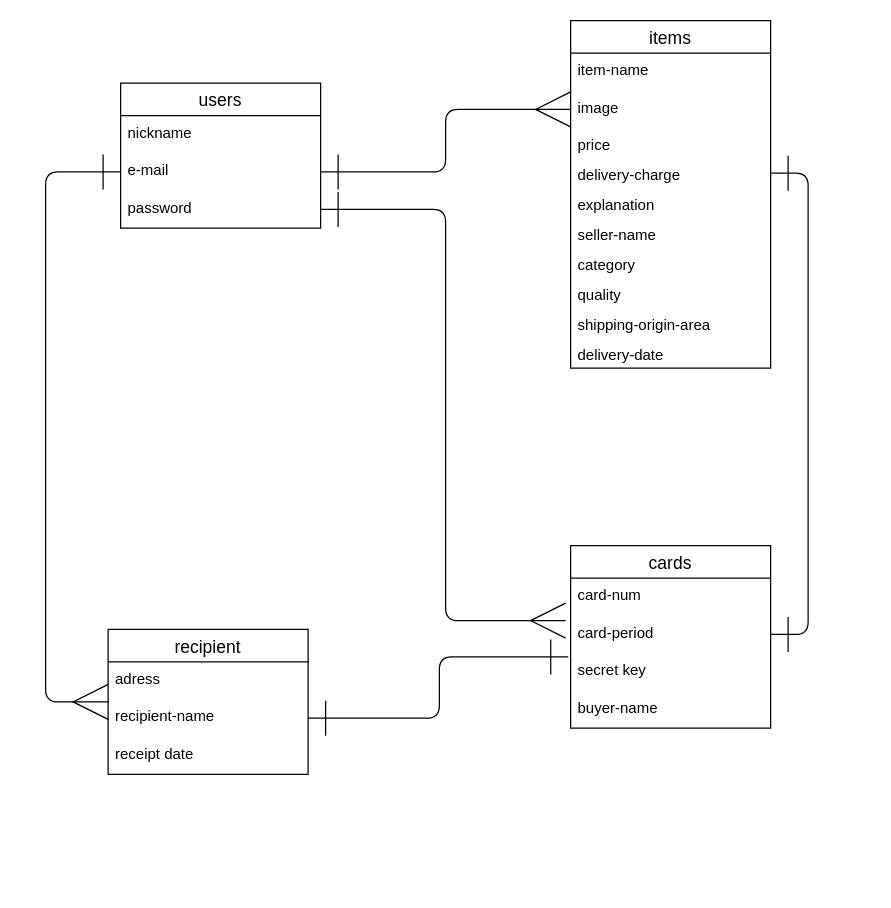
Earlier version of the draw.io diagram furima-39513.dio (yoppy44/furima-39513). Source tidied: cells renumbered, new cells numbered last; positions are measured from the earlier drawing's top-left corner, leaving out a move shared by most shapes. Both pictures are drawn from the tidied source at 125%, with x=0, y=0 at pixel (45, 20).
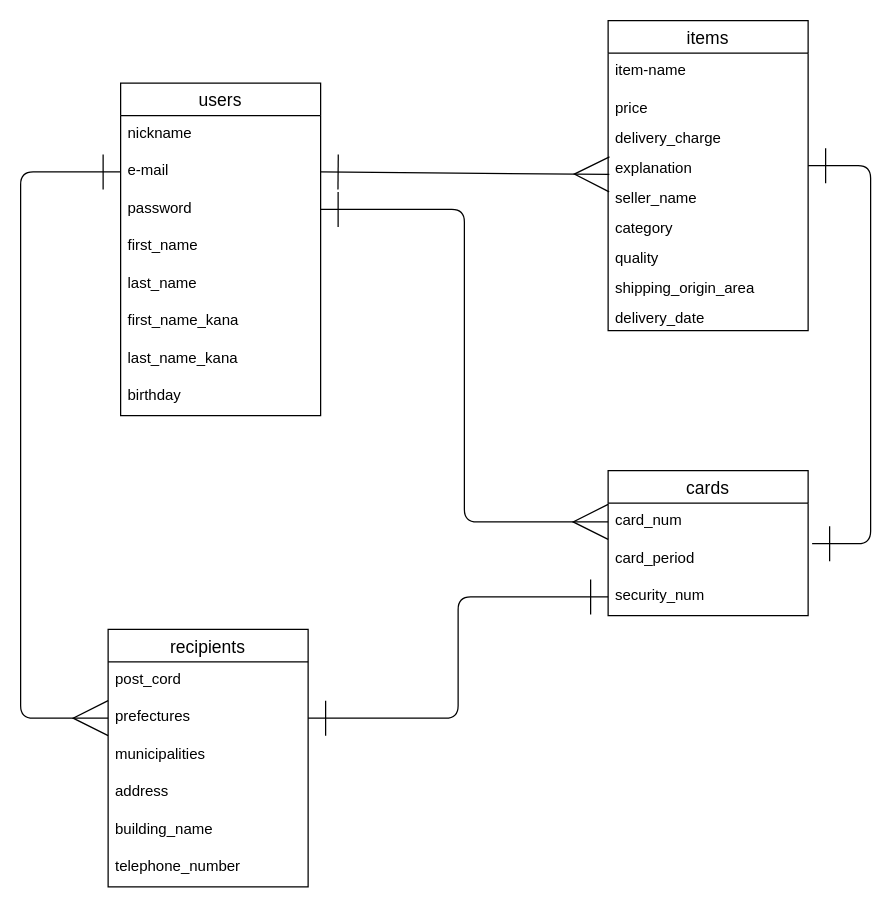
The same page after the edit.

Commit message (it also covers changes not shown here):
README記述の修正

The change refers to these unchanged cells:
```xml
<mxCell id="4" value="e-mail" style="text;strokeColor=none;fillColor=none;spacingLeft=4;spacingRight=4;overflow=hidden;points=[[0,0.5],[1,0.5]];portConstraint=eastwest;fontSize=12;" parent="2" vertex="1">
  <mxGeometry y="56" width="160" height="30" as="geometry" />
</mxCell>
<mxCell id="5" value="password" style="text;strokeColor=none;fillColor=none;spacingLeft=4;spacingRight=4;overflow=hidden;points=[[0,0.5],[1,0.5]];portConstraint=eastwest;fontSize=12;" parent="2" vertex="1">
  <mxGeometry y="86" width="160" height="30" as="geometry" />
</mxCell>
```

The edit, as a diff of the source:
```diff
@@
     <mxCell id="2" value="users" style="swimlane;fontStyle=0;horizontal=1;startSize=26;align=center;fontSize=14;" parent="1" vertex="1">
-      <mxGeometry x="60" y="50" width="160" height="116" as="geometry" />
+      <mxGeometry x="60" y="50" width="160" height="266" as="geometry" />
     </mxCell>
@@
+    <mxCell id="31" value="first_name" style="text;strokeColor=none;fillColor=none;spacingLeft=4;spacingRight=4;overflow=hidden;fontSize=12;" parent="2" vertex="1">
+      <mxGeometry y="116" width="160" height="30" as="geometry" />
+    </mxCell>
+    <mxCell id="32" value="last_name" style="text;strokeColor=none;fillColor=none;spacingLeft=4;spacingRight=4;overflow=hidden;fontSize=12;" parent="2" vertex="1">
+      <mxGeometry y="146" width="160" height="30" as="geometry" />
+    </mxCell>
+    <mxCell id="33" value="first_name_kana" style="text;strokeColor=none;fillColor=none;spacingLeft=4;spacingRight=4;overflow=hidden;fontSize=12;" parent="2" vertex="1">
+      <mxGeometry y="176" width="160" height="30" as="geometry" />
+    </mxCell>
+    <mxCell id="34" value="last_name_kana" style="text;strokeColor=none;fillColor=none;spacingLeft=4;spacingRight=4;overflow=hidden;fontSize=12;" parent="2" vertex="1">
+      <mxGeometry y="206" width="160" height="30" as="geometry" />
+    </mxCell>
+    <mxCell id="35" value="birthday" style="text;strokeColor=none;fillColor=none;spacingLeft=4;spacingRight=4;overflow=hidden;fontSize=12;" parent="2" vertex="1">
+      <mxGeometry y="236" width="160" height="30" as="geometry" />
+    </mxCell>
     <mxCell id="6" value="items" style="swimlane;fontStyle=0;horizontal=1;startSize=26;align=center;fontSize=14;" parent="1" vertex="1">
-      <mxGeometry x="420" width="160" height="278" as="geometry" />
+      <mxGeometry x="450" width="160" height="248" as="geometry" />
     </mxCell>
@@
-    <mxCell id="8" value="image" style="text;strokeColor=none;fillColor=none;spacingLeft=4;spacingRight=4;overflow=hidden;points=[[0,0.5],[1,0.5]];portConstraint=eastwest;fontSize=12;" parent="6" vertex="1">
-      <mxGeometry y="56" width="160" height="30" as="geometry" />
-    </mxCell>
     <mxCell id="9" value="price&#10;" style="text;strokeColor=none;fillColor=none;spacingLeft=4;spacingRight=4;overflow=hidden;fontSize=12;" parent="6" vertex="1">
-      <mxGeometry y="86" width="160" height="24" as="geometry" />
+      <mxGeometry y="56" width="160" height="24" as="geometry" />
     </mxCell>
-    <mxCell id="10" value="delivery-charge" style="text;strokeColor=none;fillColor=none;spacingLeft=4;spacingRight=4;overflow=hidden;points=[[0,0.5],[1,0.5]];portConstraint=eastwest;fontSize=12;" parent="6" vertex="1">
-      <mxGeometry y="110" width="160" height="24" as="geometry" />
+    <mxCell id="10" value="delivery_charge" style="text;strokeColor=none;fillColor=none;spacingLeft=4;spacingRight=4;overflow=hidden;points=[[0,0.5],[1,0.5]];portConstraint=eastwest;fontSize=12;" parent="6" vertex="1">
+      <mxGeometry y="80" width="160" height="24" as="geometry" />
     </mxCell>
     <mxCell id="11" value="explanation" style="text;strokeColor=none;fillColor=none;spacingLeft=4;spacingRight=4;overflow=hidden;points=[[0,0.5],[1,0.5]];portConstraint=eastwest;fontSize=12;" parent="6" vertex="1">
-      <mxGeometry y="134" width="160" height="24" as="geometry" />
+      <mxGeometry y="104" width="160" height="24" as="geometry" />
     </mxCell>
-    <mxCell id="12" value="seller-name" style="text;strokeColor=none;fillColor=none;spacingLeft=4;spacingRight=4;overflow=hidden;points=[[0,0.5],[1,0.5]];portConstraint=eastwest;fontSize=12;" parent="6" vertex="1">
-      <mxGeometry y="158" width="160" height="24" as="geometry" />
+    <mxCell id="12" value="seller_name" style="text;strokeColor=none;fillColor=none;spacingLeft=4;spacingRight=4;overflow=hidden;points=[[0,0.5],[1,0.5]];portConstraint=eastwest;fontSize=12;" parent="6" vertex="1">
+      <mxGeometry y="128" width="160" height="24" as="geometry" />
     </mxCell>
     <mxCell id="13" value="category" style="text;strokeColor=none;fillColor=none;spacingLeft=4;spacingRight=4;overflow=hidden;fontSize=12;" parent="6" vertex="1">
-      <mxGeometry y="182" width="160" height="24" as="geometry" />
+      <mxGeometry y="152" width="160" height="24" as="geometry" />
     </mxCell>
     <mxCell id="14" value="quality" style="text;strokeColor=none;fillColor=none;spacingLeft=4;spacingRight=4;overflow=hidden;fontSize=12;" parent="6" vertex="1">
-      <mxGeometry y="206" width="160" height="24" as="geometry" />
+      <mxGeometry y="176" width="160" height="24" as="geometry" />
     </mxCell>
-    <mxCell id="15" value="shipping-origin-area" style="text;strokeColor=none;fillColor=none;spacingLeft=4;spacingRight=4;overflow=hidden;fontSize=12;" parent="6" vertex="1">
-      <mxGeometry y="230" width="160" height="24" as="geometry" />
+    <mxCell id="15" value="shipping_origin_area" style="text;strokeColor=none;fillColor=none;spacingLeft=4;spacingRight=4;overflow=hidden;fontSize=12;" parent="6" vertex="1">
+      <mxGeometry y="200" width="160" height="24" as="geometry" />
     </mxCell>
-    <mxCell id="16" value="delivery-date" style="text;strokeColor=none;fillColor=none;spacingLeft=4;spacingRight=4;overflow=hidden;fontSize=12;" parent="6" vertex="1">
-      <mxGeometry y="254" width="160" height="24" as="geometry" />
+    <mxCell id="16" value="delivery_date" style="text;strokeColor=none;fillColor=none;spacingLeft=4;spacingRight=4;overflow=hidden;fontSize=12;" parent="6" vertex="1">
+      <mxGeometry y="224" width="160" height="24" as="geometry" />
     </mxCell>
-    <mxCell id="17" style="edgeStyle=orthogonalEdgeStyle;html=1;entryX=1;entryY=0.5;entryDx=0;entryDy=0;fontFamily=Helvetica;fontSize=14;fontColor=default;startArrow=ERmany;startFill=0;startSize=26;endArrow=ERone;endFill=0;endSize=26;exitX=0;exitY=0.5;exitDx=0;exitDy=0;" parent="1" edge="1" source="8" target="4">
-      <mxGeometry relative="1" as="geometry" />
-    </mxCell>
     <mxCell id="18" value="cards" style="swimlane;fontStyle=0;horizontal=1;startSize=26;align=center;fontSize=14;strokeColor=default;fontFamily=Helvetica;fontColor=default;fillColor=default;" parent="1" vertex="1">
-      <mxGeometry x="420" y="420" width="160" height="146" as="geometry" />
+      <mxGeometry x="450" y="360" width="160" height="116" as="geometry" />
     </mxCell>
-    <mxCell id="19" value="card-num" style="text;strokeColor=none;fillColor=none;spacingLeft=4;spacingRight=4;overflow=hidden;points=[[0,0.5],[1,0.5]];portConstraint=eastwest;fontSize=12;fontFamily=Helvetica;fontColor=default;startSize=26;" parent="18" vertex="1">
+    <mxCell id="19" value="card_num" style="text;strokeColor=none;fillColor=none;spacingLeft=4;spacingRight=4;overflow=hidden;points=[[0,0.5],[1,0.5]];portConstraint=eastwest;fontSize=12;fontFamily=Helvetica;fontColor=default;startSize=26;" parent="18" vertex="1">
       <mxGeometry y="26" width="160" height="30" as="geometry" />
     </mxCell>
-    <mxCell id="20" value="card-period" style="text;strokeColor=none;fillColor=none;spacingLeft=4;spacingRight=4;overflow=hidden;points=[[0,0.5],[1,0.5]];portConstraint=eastwest;fontSize=12;fontFamily=Helvetica;fontColor=default;startSize=26;" parent="18" vertex="1">
-      <mxGeometry y="56" width="160" height="30" as="geometry" />
-    </mxCell>
-    <mxCell id="21" value="secret key" style="text;strokeColor=none;fillColor=none;spacingLeft=4;spacingRight=4;overflow=hidden;points=[[0,0.5],[1,0.5]];portConstraint=eastwest;fontSize=12;fontFamily=Helvetica;fontColor=default;startSize=26;" parent="18" vertex="1">
-      <mxGeometry y="86" width="160" height="30" as="geometry" />
-    </mxCell>
-    <mxCell id="22" value="buyer-name" style="text;strokeColor=none;fillColor=none;spacingLeft=4;spacingRight=4;overflow=hidden;fontSize=12;fontFamily=Helvetica;fontColor=default;startSize=26;" parent="18" vertex="1">
-      <mxGeometry y="116" width="160" height="30" as="geometry" />
-    </mxCell>
+    <mxCell id="36" value="card_period" style="text;strokeColor=none;fillColor=none;spacingLeft=4;spacingRight=4;overflow=hidden;points=[[0,0.5],[1,0.5]];portConstraint=eastwest;fontSize=12;fontFamily=Helvetica;fontColor=default;startSize=26;" parent="18" vertex="1">
+      <mxGeometry y="56" width="160" height="30" as="geometry" />
+    </mxCell>
+    <mxCell id="37" value="security_num" style="text;strokeColor=none;fillColor=none;spacingLeft=4;spacingRight=4;overflow=hidden;points=[[0,0.5],[1,0.5]];portConstraint=eastwest;fontSize=12;fontFamily=Helvetica;fontColor=default;startSize=26;" parent="18" vertex="1">
+      <mxGeometry y="86" width="160" height="30" as="geometry" />
+    </mxCell>
-    <mxCell id="23" value="recipient" style="swimlane;fontStyle=0;horizontal=1;startSize=26;align=center;fontSize=14;strokeColor=default;fontFamily=Helvetica;fontColor=default;fillColor=default;" parent="1" vertex="1">
-      <mxGeometry x="50" y="487" width="160" height="116" as="geometry" />
+    <mxCell id="23" value="recipients" style="swimlane;fontStyle=0;horizontal=1;startSize=26;align=center;fontSize=14;strokeColor=default;fontFamily=Helvetica;fontColor=default;fillColor=default;" parent="1" vertex="1">
+      <mxGeometry x="50" y="487" width="160" height="206" as="geometry" />
     </mxCell>
-    <mxCell id="24" value="adress" style="text;strokeColor=none;fillColor=none;spacingLeft=4;spacingRight=4;overflow=hidden;fontSize=12;fontFamily=Helvetica;fontColor=default;startSize=26;" parent="23" vertex="1">
-      <mxGeometry y="26" width="160" height="30" as="geometry" />
-    </mxCell>
+    <mxCell id="38" value="post_cord" style="text;strokeColor=none;fillColor=none;spacingLeft=4;spacingRight=4;overflow=hidden;fontSize=12;fontFamily=Helvetica;fontColor=default;startSize=26;" parent="23" vertex="1">
+      <mxGeometry y="26" width="160" height="30" as="geometry" />
+    </mxCell>
-    <mxCell id="25" value="recipient-name" style="text;strokeColor=none;fillColor=none;spacingLeft=4;spacingRight=4;overflow=hidden;points=[[0,0.5],[1,0.5]];portConstraint=eastwest;fontSize=12;fontFamily=Helvetica;fontColor=default;startSize=26;" parent="23" vertex="1">
+    <mxCell id="25" value="prefectures" style="text;strokeColor=none;fillColor=none;spacingLeft=4;spacingRight=4;overflow=hidden;points=[[0,0.5],[1,0.5]];portConstraint=eastwest;fontSize=12;fontFamily=Helvetica;fontColor=default;startSize=26;" parent="23" vertex="1">
       <mxGeometry y="56" width="160" height="30" as="geometry" />
     </mxCell>
-    <mxCell id="26" value="receipt date" style="text;strokeColor=none;fillColor=none;spacingLeft=4;spacingRight=4;overflow=hidden;fontSize=12;fontFamily=Helvetica;fontColor=default;startSize=26;" parent="23" vertex="1">
+    <mxCell id="26" value="municipalities" style="text;strokeColor=none;fillColor=none;spacingLeft=4;spacingRight=4;overflow=hidden;fontSize=12;fontFamily=Helvetica;fontColor=default;startSize=26;" parent="23" vertex="1">
       <mxGeometry y="86" width="160" height="30" as="geometry" />
     </mxCell>
-    <mxCell id="27" style="edgeStyle=entityRelationEdgeStyle;html=1;exitX=1;exitY=0.5;exitDx=0;exitDy=0;fontFamily=Helvetica;fontSize=14;fontColor=default;startArrow=ERone;startFill=0;endArrow=ERone;endFill=0;startSize=26;endSize=26;entryX=1;entryY=0.5;entryDx=0;entryDy=0;" parent="1" edge="1" source="10" target="20">
-      <mxGeometry relative="1" as="geometry" />
-    </mxCell>
+    <mxCell id="39" value="address" style="text;strokeColor=none;fillColor=none;spacingLeft=4;spacingRight=4;overflow=hidden;fontSize=12;fontFamily=Helvetica;fontColor=default;startSize=26;" parent="23" vertex="1">
+      <mxGeometry y="116" width="160" height="30" as="geometry" />
+    </mxCell>
+    <mxCell id="40" value="building_name" style="text;strokeColor=none;fillColor=none;spacingLeft=4;spacingRight=4;overflow=hidden;fontSize=12;fontFamily=Helvetica;fontColor=default;startSize=26;" parent="23" vertex="1">
+      <mxGeometry y="146" width="160" height="30" as="geometry" />
+    </mxCell>
+    <mxCell id="41" value="telephone_number" style="text;strokeColor=none;fillColor=none;spacingLeft=4;spacingRight=4;overflow=hidden;fontSize=12;fontFamily=Helvetica;fontColor=default;startSize=26;" parent="23" vertex="1">
+      <mxGeometry y="176" width="160" height="30" as="geometry" />
+    </mxCell>
-    <mxCell id="28" style="edgeStyle=orthogonalEdgeStyle;html=1;exitX=1;exitY=0.5;exitDx=0;exitDy=0;fontFamily=Helvetica;fontSize=14;fontColor=default;startArrow=ERone;startFill=0;endArrow=ERone;endFill=0;startSize=26;endSize=26;entryX=-0.012;entryY=0.1;entryDx=0;entryDy=0;entryPerimeter=0;" parent="1" edge="1" source="25" target="21">
+    <mxCell id="28" style="edgeStyle=orthogonalEdgeStyle;html=1;exitX=1;exitY=0.5;exitDx=0;exitDy=0;fontFamily=Helvetica;fontSize=14;fontColor=default;startArrow=ERone;startFill=0;endArrow=ERone;endFill=0;startSize=26;endSize=26;entryX=0;entryY=0.5;entryDx=0;entryDy=0;" parent="1" edge="1" source="25" target="37">
       <mxGeometry relative="1" as="geometry" />
     </mxCell>
-    <mxCell id="29" style="edgeStyle=orthogonalEdgeStyle;html=1;exitX=1;exitY=0.5;exitDx=0;exitDy=0;entryX=-0.025;entryY=0.133;entryDx=0;entryDy=0;entryPerimeter=0;fontFamily=Helvetica;fontSize=14;fontColor=default;startArrow=ERone;startFill=0;endArrow=ERmany;endFill=0;startSize=26;endSize=26;" parent="1" edge="1" source="5" target="20">
+    <mxCell id="29" style="edgeStyle=orthogonalEdgeStyle;html=1;exitX=1;exitY=0.5;exitDx=0;exitDy=0;fontFamily=Helvetica;fontSize=14;fontColor=default;startArrow=ERone;startFill=0;endArrow=ERmany;endFill=0;startSize=26;endSize=26;entryX=0;entryY=0.5;entryDx=0;entryDy=0;" parent="1" edge="1" source="5" target="19">
       <mxGeometry relative="1" as="geometry" />
     </mxCell>
-    <mxCell id="30" style="edgeStyle=orthogonalEdgeStyle;html=1;exitX=0;exitY=0.5;exitDx=0;exitDy=0;entryX=0;entryY=0.5;entryDx=0;entryDy=0;fontFamily=Helvetica;fontSize=14;fontColor=default;startArrow=ERone;startFill=0;endArrow=ERmany;endFill=0;startSize=26;endSize=26;" parent="1" edge="1" source="4" target="23">
-      <mxGeometry relative="1" as="geometry">
-        <Array as="points">
-          <mxPoint y="121" />
-          <mxPoint y="545" />
-        </Array>
-      </mxGeometry>
-    </mxCell>
+    <mxCell id="42" style="edgeStyle=orthogonalEdgeStyle;html=1;exitX=0;exitY=0.5;exitDx=0;exitDy=0;entryX=0;entryY=0.5;entryDx=0;entryDy=0;fontFamily=Helvetica;fontSize=14;fontColor=default;startArrow=ERone;startFill=0;endArrow=ERmany;endFill=0;startSize=26;endSize=26;" parent="1" edge="1" source="4" target="25">
+      <mxGeometry relative="1" as="geometry">
+        <Array as="points">
+          <mxPoint x="-20" y="121" />
+          <mxPoint x="-20" y="558" />
+        </Array>
+      </mxGeometry>
+    </mxCell>
+    <mxCell id="43" style="edgeStyle=none;html=1;exitX=1;exitY=0.5;exitDx=0;exitDy=0;entryX=0.006;entryY=-0.208;entryDx=0;entryDy=0;entryPerimeter=0;fontFamily=Helvetica;fontSize=14;fontColor=default;startArrow=ERone;startFill=0;endArrow=ERmany;endFill=0;startSize=26;endSize=26;" parent="1" edge="1" source="4" target="12">
+      <mxGeometry relative="1" as="geometry" />
+    </mxCell>
+    <mxCell id="44" style="edgeStyle=orthogonalEdgeStyle;html=1;exitX=1;exitY=0.5;exitDx=0;exitDy=0;entryX=1.02;entryY=0.08;entryDx=0;entryDy=0;entryPerimeter=0;fontFamily=Helvetica;fontSize=14;fontColor=default;startArrow=ERone;startFill=0;endArrow=ERone;endFill=0;startSize=26;endSize=26;" parent="1" edge="1" source="11" target="36">
+      <mxGeometry relative="1" as="geometry">
+        <Array as="points">
+          <mxPoint x="660" y="116" />
+          <mxPoint x="660" y="418" />
+        </Array>
+      </mxGeometry>
+    </mxCell>
```
